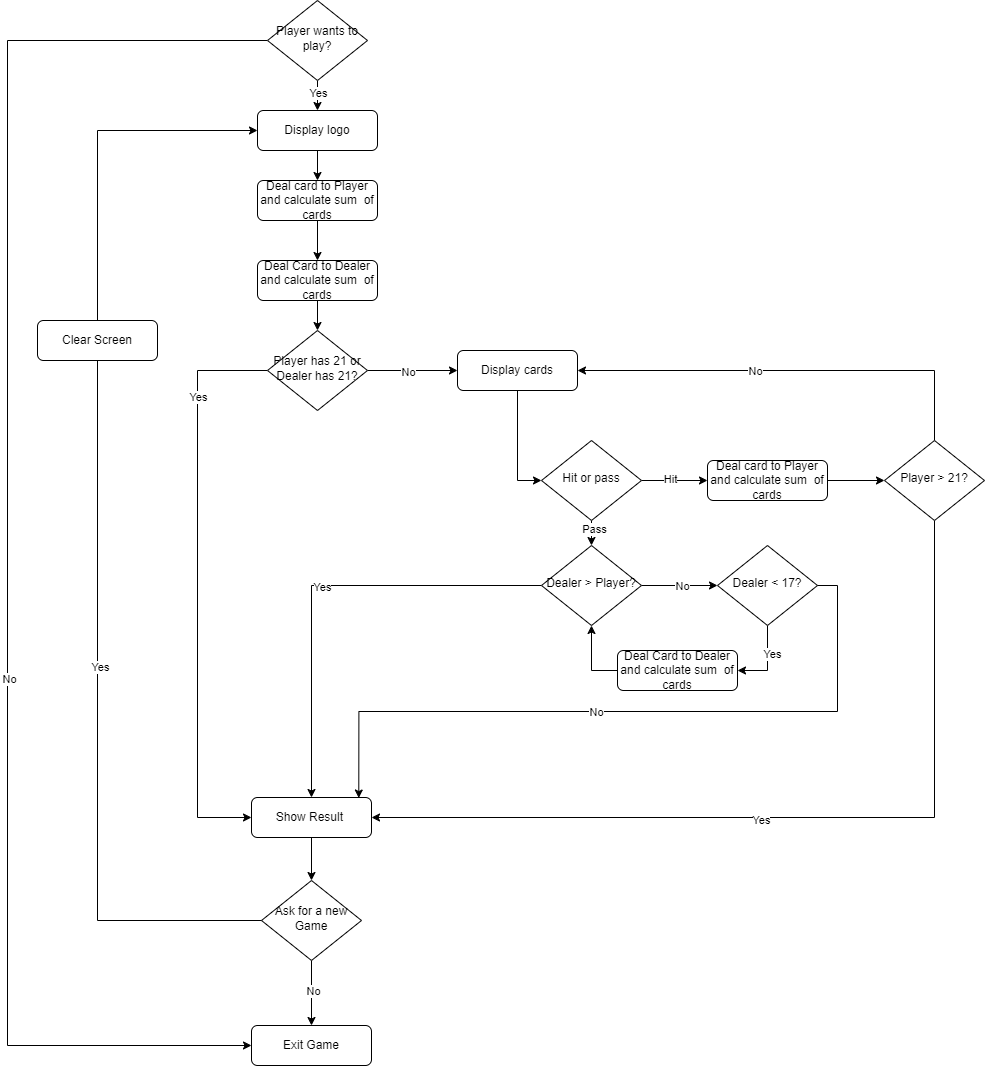
Above: day_11_blackjack_game/project_files/flowchart_blackjack.png in ErkanHatipoglu/100-days-of-code (draw.io), before the change. Source tidied: cells renumbered, new cells last; positions are measured from the earlier drawing's top-left corner, leaving out a move shared by most shapes.
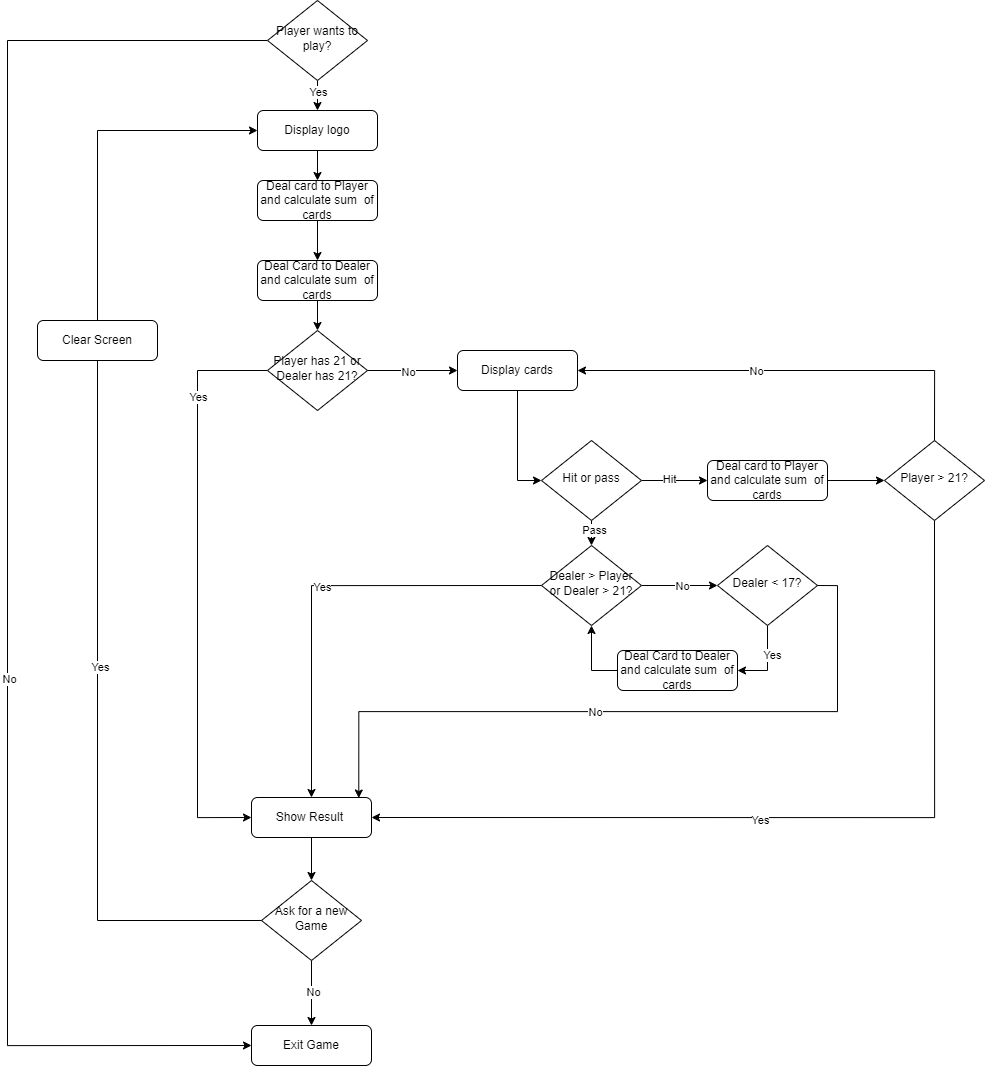
The same file after the commit.

Diff of the diagram source:
```diff
@@ -132,7 +132,7 @@
     <mxCell id="38" value="No" style="edgeLabel;html=1;align=center;verticalAlign=middle;" parent="37" vertex="1">
       <mxGeometry x="0.04" relative="1" as="geometry" />
     </mxCell>
-    <mxCell id="39" value="Dealer &amp;gt; Player?" style="rhombus;whiteSpace=wrap;html=1;shadow=0;fontFamily=Helvetica;fontSize=12;align=center;strokeWidth=1;spacing=6;spacingTop=-4;" parent="1" vertex="1">
+    <mxCell id="39" value="Dealer &amp;gt; Player or Dealer &amp;gt; 21?" style="rhombus;whiteSpace=wrap;html=1;shadow=0;fontFamily=Helvetica;fontSize=12;align=center;strokeWidth=1;spacing=6;spacingTop=-4;" parent="1" vertex="1">
       <mxGeometry x="534" y="545" width="100" height="80" as="geometry" />
     </mxCell>
     <mxCell id="40" style="edgeStyle=orthogonalEdgeStyle;rounded=0;jettySize=auto;html=1;exitX=0;exitY=0.5;exitDx=0;exitDy=0;entryX=0.5;entryY=1;entryDx=0;entryDy=0;" parent="1" edge="1" source="41" target="39">
```
